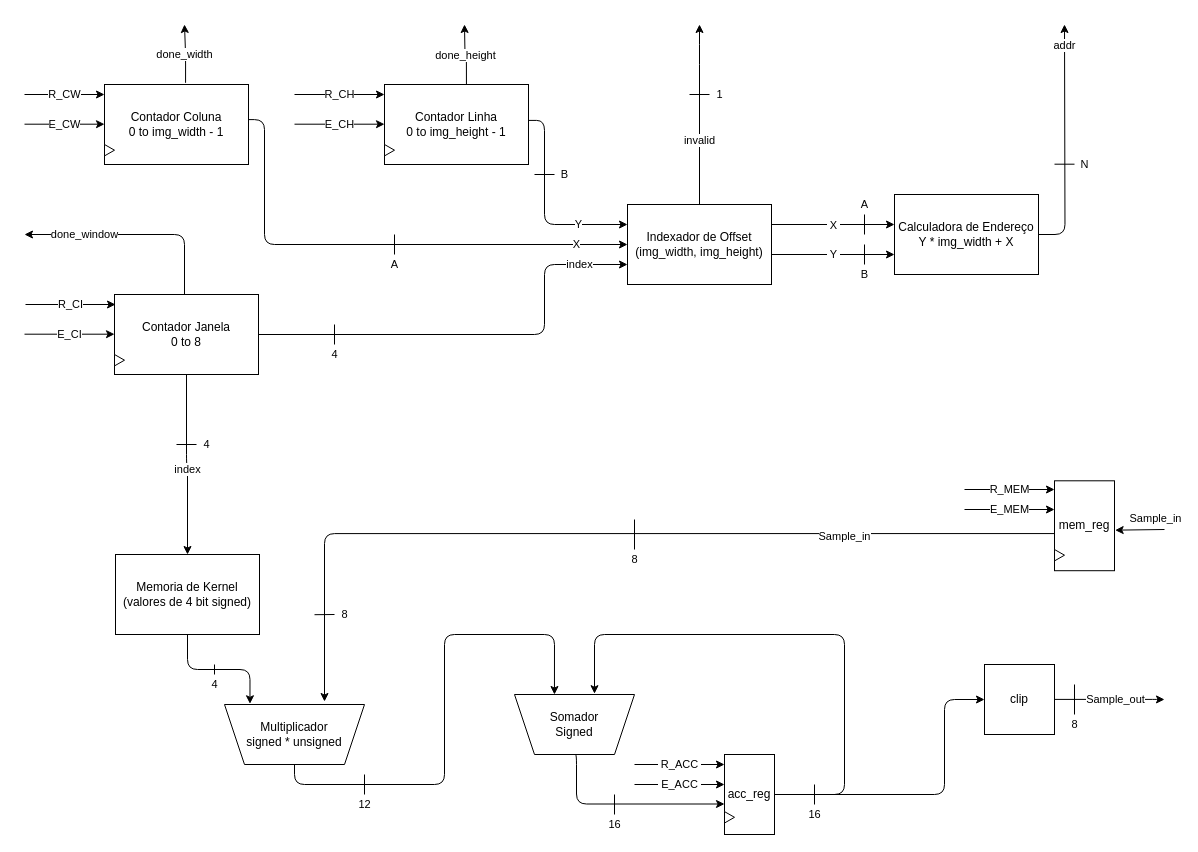
The draw.io diagram diagrams/datapath.drawio in matheushpmoreira/convolution_module, before the edit. Source tidied: cells renumbered, new cells numbered last; positions are measured from the earlier drawing's top-left corner, leaving out a move shared by most shapes. Both pictures are drawn from the tidied source at 100%, with x=0, y=0 at pixel (24, 24).
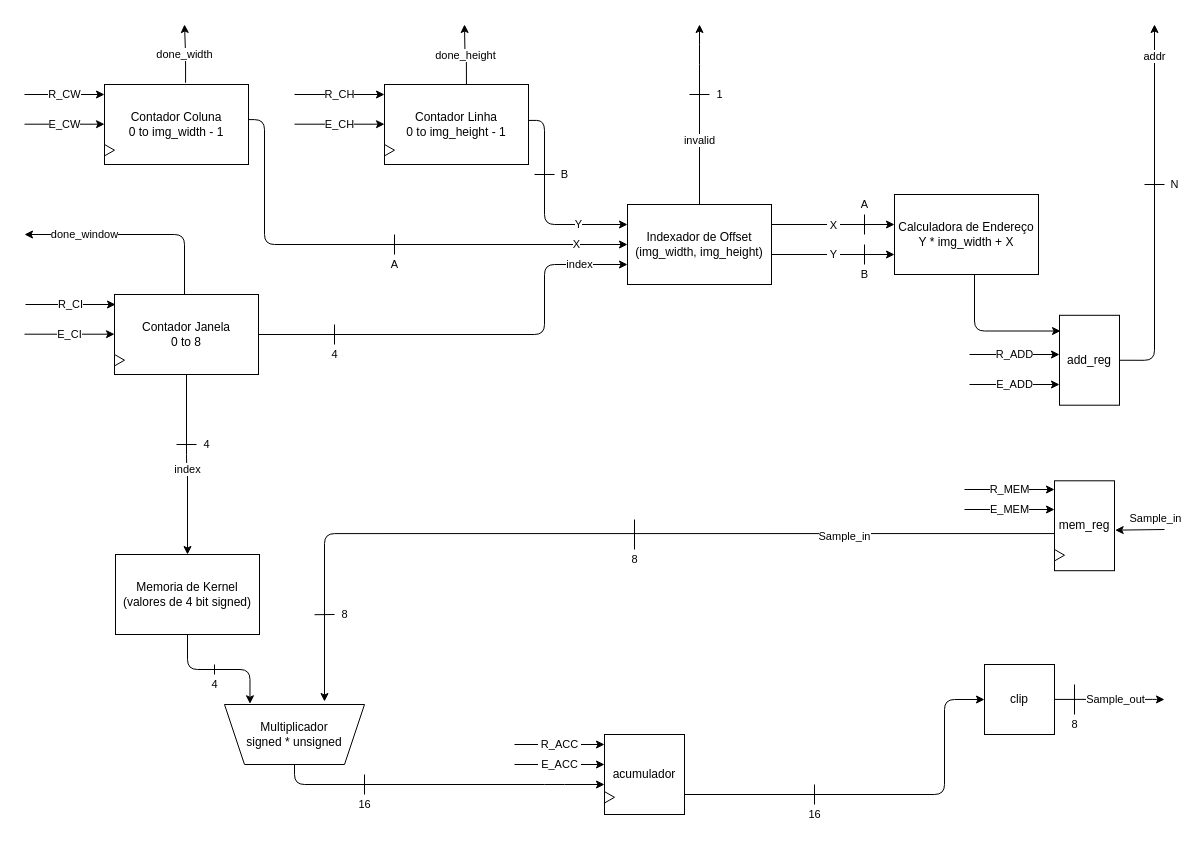
After the change.

The change refers to these unchanged cells:
```xml
<mxCell id="8" value="Calculadora de Endereço&lt;br&gt;&lt;div&gt;Y * img_width + X&lt;/div&gt;" style="rounded=0;whiteSpace=wrap;html=1;" parent="1" vertex="1">
  <mxGeometry x="870" y="170" width="144" height="80" as="geometry" />
</mxCell>
<mxCell id="23" value="Multiplicador&lt;div&gt;signed * unsigned&lt;/div&gt;" style="shape=trapezoid;perimeter=trapezoidPerimeter;whiteSpace=wrap;html=1;fixedSize=1;direction=west;" parent="1" vertex="1">
  <mxGeometry x="200" y="680" width="140" height="60" as="geometry" />
</mxCell>
<mxCell id="39" value="clip" style="rounded=0;whiteSpace=wrap;html=1;" parent="38" vertex="1">
  <mxGeometry width="70" height="70" as="geometry" />
</mxCell>
```

Diff of the diagram source:
```diff
@@
-    <mxCell id="7" value="&lt;font style=&quot;color: light-dark(rgb(0, 0, 0), rgb(0, 255, 0));&quot;&gt;addr&lt;/font&gt;" style="edgeStyle=orthogonalEdgeStyle;html=1;" parent="1" edge="1" source="8">
+    <mxCell id="7" value="&lt;font style=&quot;color: light-dark(rgb(0, 0, 0), rgb(0, 255, 0));&quot;&gt;addr&lt;/font&gt;" style="edgeStyle=orthogonalEdgeStyle;html=1;exitX=1;exitY=0.5;exitDx=0;exitDy=0;" parent="1" edge="1" source="69">
       <mxGeometry x="0.83" relative="1" as="geometry">
-        <mxPoint x="1040" as="targetPoint" />
+        <mxPoint x="1130" as="targetPoint" />
+        <Array as="points">
+          <mxPoint x="1130" y="336" />
+          <mxPoint x="1130" />
+        </Array>
       </mxGeometry>
     </mxCell>
+    <mxCell id="68" style="edgeStyle=orthogonalEdgeStyle;html=1;entryX=0.017;entryY=0.175;entryDx=0;entryDy=0;entryPerimeter=0;" parent="1" edge="1" source="8" target="69">
+      <mxGeometry relative="1" as="geometry">
+        <Array as="points">
+          <mxPoint x="950" y="307" />
+        </Array>
+      </mxGeometry>
+    </mxCell>
@@
     <mxCell id="18" style="group;" parent="1" vertex="1">
-      <mxGeometry x="700" y="730" width="50" height="80" as="geometry" />
+      <mxGeometry x="580" y="710" width="80" height="80" as="geometry" />
     </mxCell>
-    <mxCell id="19" value="acc_reg" style="rounded=0;whiteSpace=wrap;html=1;" parent="18" vertex="1">
-      <mxGeometry width="50" height="80" as="geometry" />
+    <mxCell id="19" value="acumulador" style="rounded=0;whiteSpace=wrap;html=1;" parent="18" vertex="1">
+      <mxGeometry width="80" height="80" as="geometry" />
     </mxCell>
@@
-    <mxCell id="24" style="edgeStyle=orthogonalEdgeStyle;html=1;entryX=-0.039;entryY=0.564;entryDx=0;entryDy=0;entryPerimeter=0;exitX=0.5;exitY=0;exitDx=0;exitDy=0;" parent="1" edge="1" source="25">
-      <mxGeometry relative="1" as="geometry">
-        <mxPoint x="700" y="779.5" as="targetPoint" />
-        <Array as="points">
-          <mxPoint x="552" y="730" />
-          <mxPoint x="552" y="780" />
-        </Array>
-      </mxGeometry>
-    </mxCell>
-    <mxCell id="25" value="Somador&lt;div&gt;Signed&lt;/div&gt;" style="shape=trapezoid;perimeter=trapezoidPerimeter;whiteSpace=wrap;html=1;fixedSize=1;direction=west;" parent="1" vertex="1">
-      <mxGeometry x="490" y="670" width="120" height="60" as="geometry" />
-    </mxCell>
@@
-    <mxCell id="28" style="edgeStyle=orthogonalEdgeStyle;html=1;entryX=0.193;entryY=1.013;entryDx=0;entryDy=0;entryPerimeter=0;exitX=1;exitY=0.5;exitDx=0;exitDy=0;" parent="1" edge="1" source="19">
-      <mxGeometry relative="1" as="geometry">
-        <mxPoint x="570" y="669.2" as="targetPoint" />
-        <Array as="points">
-          <mxPoint x="750" y="770" />
-          <mxPoint x="820" y="770" />
-          <mxPoint x="820" y="610" />
-          <mxPoint x="570" y="610" />
-        </Array>
-      </mxGeometry>
-    </mxCell>
@@
-    <mxCell id="31" style="edgeStyle=orthogonalEdgeStyle;html=1;entryX=0.667;entryY=1;entryDx=0;entryDy=0;entryPerimeter=0;" parent="1" edge="1" source="23" target="25">
+    <mxCell id="31" style="edgeStyle=orthogonalEdgeStyle;html=1;" parent="1" edge="1" source="23">
       <mxGeometry relative="1" as="geometry">
+        <mxPoint x="580" y="760" as="targetPoint" />
         <Array as="points">
           <mxPoint x="270" y="760" />
-          <mxPoint x="420" y="760" />
-          <mxPoint x="420" y="610" />
-          <mxPoint x="530" y="610" />
+          <mxPoint x="530" y="760" />
         </Array>
       </mxGeometry>
     </mxCell>
@@
     <mxCell id="36" value="&amp;nbsp;R_ACC&amp;nbsp;" style="endArrow=classic;html=1;" parent="1" edge="1">
       <mxGeometry relative="1" as="geometry">
-        <mxPoint x="610" y="740" as="sourcePoint" />
-        <mxPoint x="700" y="740" as="targetPoint" />
+        <mxPoint x="490" y="720" as="sourcePoint" />
+        <mxPoint x="580" y="720" as="targetPoint" />
       </mxGeometry>
     </mxCell>
     <mxCell id="37" value="&amp;nbsp;E_ACC&amp;nbsp;" style="endArrow=classic;html=1;" parent="1" edge="1">
       <mxGeometry relative="1" as="geometry">
-        <mxPoint x="610" y="760" as="sourcePoint" />
-        <mxPoint x="700" y="760" as="targetPoint" />
+        <mxPoint x="490" y="740" as="sourcePoint" />
+        <mxPoint x="580" y="740" as="targetPoint" />
       </mxGeometry>
     </mxCell>
@@
-    <mxCell id="40" style="edgeStyle=orthogonalEdgeStyle;html=1;" parent="1" edge="1" target="39">
+    <mxCell id="40" style="edgeStyle=orthogonalEdgeStyle;html=1;exitX=1;exitY=0.75;exitDx=0;exitDy=0;" parent="1" edge="1" source="19" target="39">
       <mxGeometry relative="1" as="geometry">
-        <mxPoint x="770" y="770" as="sourcePoint" />
         <Array as="points">
           <mxPoint x="920" y="770" />
           <mxPoint x="920" y="675" />
         </Array>
       </mxGeometry>
     </mxCell>
@@
     <mxCell id="45" value="N" style="endArrow=none;html=1;" parent="1" edge="1">
       <mxGeometry x="-1" y="-10" relative="1" as="geometry">
-        <mxPoint x="1050" y="139.7" as="sourcePoint" />
-        <mxPoint x="1030" y="139.7" as="targetPoint" />
+        <mxPoint x="1140" y="160" as="sourcePoint" />
+        <mxPoint x="1120" y="160" as="targetPoint" />
         <mxPoint x="10" y="10" as="offset" />
       </mxGeometry>
     </mxCell>
@@
-    <mxCell id="52" value="12" style="endArrow=none;html=1;" parent="1" edge="1">
+    <mxCell id="52" value="16" style="endArrow=none;html=1;" parent="1" edge="1">
       <mxGeometry x="-1" y="-10" relative="1" as="geometry">
         <mxPoint x="340" y="770" as="sourcePoint" />
         <mxPoint x="340" y="750" as="targetPoint" />
         <mxPoint x="-10" y="10" as="offset" />
       </mxGeometry>
     </mxCell>
@@
-    <mxCell id="54" value="16" style="endArrow=none;html=1;" parent="1" edge="1">
-      <mxGeometry x="-1" y="-10" relative="1" as="geometry">
-        <mxPoint x="590" y="790" as="sourcePoint" />
-        <mxPoint x="590" y="770" as="targetPoint" />
-        <mxPoint x="-10" y="10" as="offset" />
-      </mxGeometry>
-    </mxCell>
@@
+    <mxCell id="69" value="add_reg" style="rounded=0;whiteSpace=wrap;html=1;rotation=0;" parent="1" vertex="1">
+      <mxGeometry x="1035" y="290.8" width="60" height="89.9" as="geometry" />
+    </mxCell>
+    <mxCell id="70" value="R_ADD" style="endArrow=classic;html=1;" parent="1" edge="1">
+      <mxGeometry relative="1" as="geometry">
+        <mxPoint x="945" y="330" as="sourcePoint" />
+        <mxPoint x="1035" y="330" as="targetPoint" />
+      </mxGeometry>
+    </mxCell>
+    <mxCell id="71" value="E_ADD" style="endArrow=classic;html=1;" parent="1" edge="1">
+      <mxGeometry relative="1" as="geometry">
+        <mxPoint x="945" y="360" as="sourcePoint" />
+        <mxPoint x="1035" y="360" as="targetPoint" />
+      </mxGeometry>
+    </mxCell>
```
